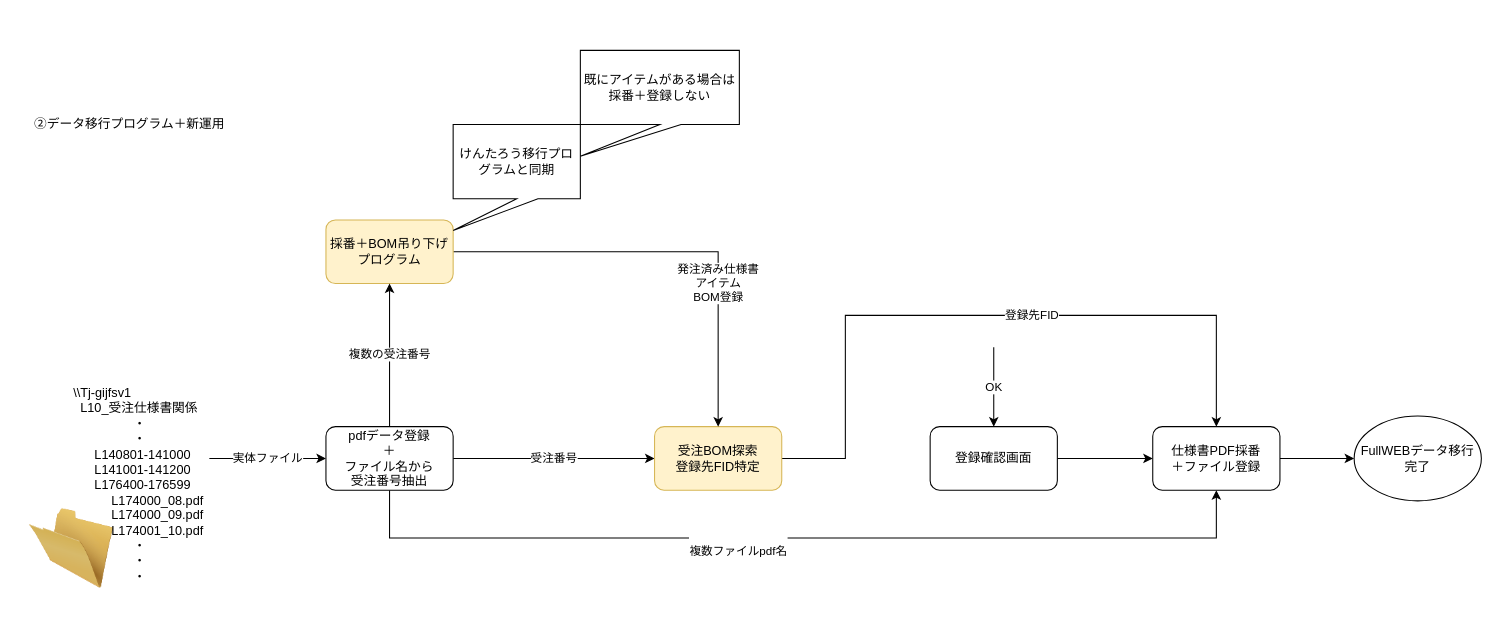
Before: 発注済み仕様書取り込みシステムフロー.drawio in sakag-120/systemflow, a draw.io diagram. Source tidied: cells renumbered, new cells numbered last; positions are measured from the earlier drawing's top-left corner, leaving out a move shared by most shapes. Both pictures are drawn from the tidied source at 106%, with x=0, y=0 at pixel (18, 50).
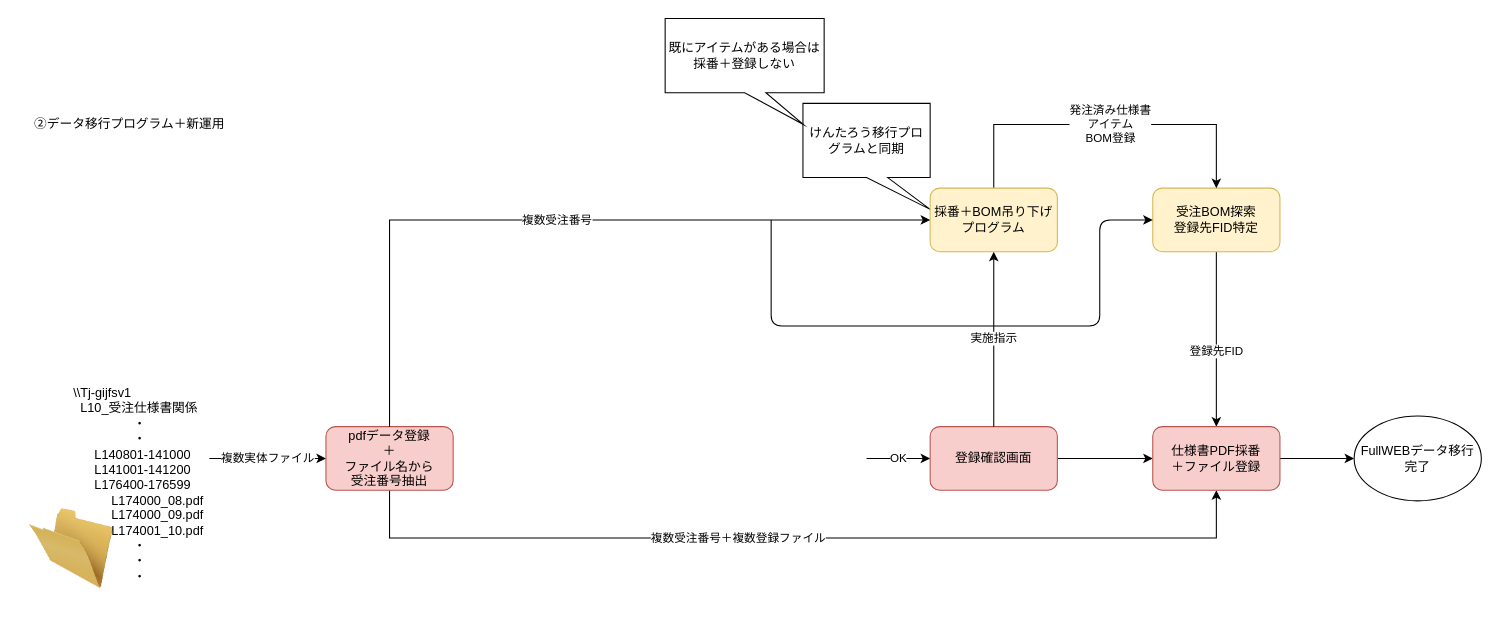
The same page after the edit.

Commit message:
発注済み仕様書取り込みシステムフロー.drawio を更新します

Unchanged cells that the change refers to:
```xml
<mxCell id="7" value="\\Tj-gijfsv1&lt;br&gt;&amp;nbsp; L10_受注仕様書関係&lt;br&gt;&amp;nbsp; &amp;nbsp; &amp;nbsp; &amp;nbsp; &amp;nbsp; &amp;nbsp; &amp;nbsp; &amp;nbsp; &amp;nbsp;・&lt;br&gt;&amp;nbsp; &amp;nbsp; &amp;nbsp; &amp;nbsp; &amp;nbsp; &amp;nbsp; &amp;nbsp; &amp;nbsp; &amp;nbsp;・&lt;br&gt;&amp;nbsp; &amp;nbsp; &amp;nbsp; L140801-141000&lt;br&gt;&amp;nbsp; &amp;nbsp; &amp;nbsp; L141001-141200&lt;br&gt;&amp;nbsp; &amp;nbsp; &amp;nbsp; L176400-176599&lt;br&gt;　　　L174000_08.pdf&lt;br&gt;　　　L174000_09.pdf&lt;br&gt;　　　L174001_10.pdf&lt;br&gt;&amp;nbsp; &amp;nbsp; &amp;nbsp; &amp;nbsp; &amp;nbsp; &amp;nbsp; &amp;nbsp; &amp;nbsp; &amp;nbsp;・&lt;br&gt;&amp;nbsp; &amp;nbsp; &amp;nbsp; &amp;nbsp; &amp;nbsp; &amp;nbsp; &amp;nbsp; &amp;nbsp; &amp;nbsp;・&lt;br&gt;&amp;nbsp; &amp;nbsp; &amp;nbsp; &amp;nbsp; &amp;nbsp; &amp;nbsp; &amp;nbsp; &amp;nbsp; &amp;nbsp;・&lt;br&gt;&amp;nbsp;" style="text;whiteSpace=wrap;html=1;" parent="1" vertex="1">
  <mxGeometry x="50" y="310" width="130" height="150" as="geometry" />
</mxCell>
```

What changed in the source:
```diff
@@
-    <mxCell id="2" value="受注番号" style="edgeStyle=orthogonalEdgeStyle;rounded=0;jettySize=auto;html=1;entryX=0;entryY=0.5;entryDx=0;entryDy=0;" parent="1" edge="1" source="4" target="10">
-      <mxGeometry relative="1" as="geometry" />
-    </mxCell>
-    <mxCell id="3" value="&lt;br&gt;&lt;br&gt;&lt;span style=&quot;color: rgb(0 , 0 , 0) ; font-family: &amp;#34;helvetica&amp;#34; ; font-size: 11px ; font-style: normal ; font-weight: 400 ; letter-spacing: normal ; text-align: center ; text-indent: 0px ; text-transform: none ; word-spacing: 0px ; background-color: rgb(255 , 255 , 255) ; display: inline ; float: none&quot;&gt;複数ファイルpdf名&lt;/span&gt;" style="edgeStyle=orthogonalEdgeStyle;rounded=0;jettySize=auto;html=1;entryX=0.5;entryY=1;entryDx=0;entryDy=0;" parent="1" edge="1" source="4" target="21">
+    <mxCell id="3" value="複数受注番号＋複数登録ファイル" style="edgeStyle=orthogonalEdgeStyle;rounded=0;jettySize=auto;html=1;entryX=0.5;entryY=1;entryDx=0;entryDy=0;" parent="1" edge="1" source="4" target="21">
       <mxGeometry x="-0.14" relative="1" as="geometry">
         <Array as="points">
           <mxPoint x="350" y="460" />
           <mxPoint x="1130" y="460" />
         </Array>
       </mxGeometry>
     </mxCell>
-    <mxCell id="4" value="pdfデータ登録&lt;br&gt;＋&lt;br&gt;ファイル名から&lt;br&gt;受注番号抽出" style="rounded=1;whiteSpace=wrap;html=1;" parent="1" vertex="1">
+    <mxCell id="4" value="pdfデータ登録&lt;br&gt;＋&lt;br&gt;ファイル名から&lt;br&gt;受注番号抽出" style="rounded=1;whiteSpace=wrap;html=1;fillColor=#f8cecc;strokeColor=#b85450;" parent="1" vertex="1">
       <mxGeometry x="290" y="355" width="120" height="60" as="geometry" />
     </mxCell>
@@
-    <mxCell id="6" value="実体ファイル" style="edgeStyle=orthogonalEdgeStyle;rounded=0;jettySize=auto;html=1;entryX=0;entryY=0.5;entryDx=0;entryDy=0;" parent="1" edge="1" source="7" target="4">
+    <mxCell id="6" value="複数実体ファイル" style="edgeStyle=orthogonalEdgeStyle;rounded=0;jettySize=auto;html=1;entryX=0;entryY=0.5;entryDx=0;entryDy=0;" parent="1" edge="1" source="7" target="4">
       <mxGeometry relative="1" as="geometry" />
     </mxCell>
@@
     <mxCell id="9" value="登録先FID" style="edgeStyle=orthogonalEdgeStyle;rounded=0;jettySize=auto;html=1;entryX=0.5;entryY=0;entryDx=0;entryDy=0;" parent="1" edge="1" source="10" target="21">
       <mxGeometry x="0.14" relative="1" as="geometry">
         <Array as="points">
-          <mxPoint x="780" y="385" />
-          <mxPoint x="780" y="250" />
-          <mxPoint x="1130" y="250" />
+          <mxPoint x="1130" y="260" />
+          <mxPoint x="1130" y="260" />
         </Array>
       </mxGeometry>
     </mxCell>
     <mxCell id="10" value="受注BOM探索&lt;br&gt;登録先FID特定" style="rounded=1;whiteSpace=wrap;html=1;fillColor=#fff2cc;strokeColor=#d6b656;" parent="1" vertex="1">
-      <mxGeometry x="600" y="355" width="120" height="60" as="geometry" />
+      <mxGeometry x="1070" y="130" width="120" height="60" as="geometry" />
     </mxCell>
@@
-    <mxCell id="13" value="登録確認画面" style="rounded=1;whiteSpace=wrap;html=1;" parent="1" vertex="1">
+    <mxCell id="13" value="登録確認画面" style="rounded=1;whiteSpace=wrap;html=1;fillColor=#f8cecc;strokeColor=#b85450;" parent="1" vertex="1">
       <mxGeometry x="860" y="355" width="120" height="60" as="geometry" />
     </mxCell>
-    <mxCell id="14" value="発注済み仕様書&lt;br&gt;アイテム&lt;br&gt;BOM登録" style="edgeStyle=orthogonalEdgeStyle;rounded=0;jettySize=auto;html=1;entryX=0.5;entryY=0;entryDx=0;entryDy=0;" parent="1" edge="1" source="15" target="10">
-      <mxGeometry x="0.35" relative="1" as="geometry" />
+    <mxCell id="14" value="発注済み仕様書&lt;br&gt;アイテム&lt;br&gt;BOM登録" style="edgeStyle=orthogonalEdgeStyle;rounded=0;jettySize=auto;html=1;entryX=0.5;entryY=0;entryDx=0;entryDy=0;exitX=0.5;exitY=0;exitDx=0;exitDy=0;" parent="1" edge="1" source="15" target="10">
+      <mxGeometry x="0.03" relative="1" as="geometry">
+        <Array as="points">
+          <mxPoint x="920" y="70" />
+          <mxPoint x="1130" y="70" />
+        </Array>
+      </mxGeometry>
     </mxCell>
-    <mxCell id="15" value="採番＋BOM吊り下げプログラム" style="rounded=1;whiteSpace=wrap;html=1;fillColor=#fff2cc;strokeColor=#d6b656;" parent="1" vertex="1">
-      <mxGeometry x="290" y="160" width="120" height="60" as="geometry" />
-    </mxCell>
-    <mxCell id="16" value="複数の受注番号" style="endArrow=classic;html=1;entryX=0.5;entryY=1;entryDx=0;entryDy=0;exitX=0.5;exitY=0;exitDx=0;exitDy=0;" parent="1" edge="1" source="4" target="15">
+    <mxCell id="16" value="実施指示" style="endArrow=classic;html=1;entryX=0.5;entryY=1;entryDx=0;entryDy=0;exitX=0.5;exitY=0;exitDx=0;exitDy=0;" parent="1" edge="1" source="13" target="15">
       <mxGeometry relative="1" as="geometry" />
     </mxCell>
-    <mxCell id="17" value="けんたろう移行プログラムと同期&lt;br&gt;" style="shape=callout;whiteSpace=wrap;html=1;perimeter=calloutPerimeter;position2=0;" parent="1" vertex="1">
-      <mxGeometry x="410" y="70" width="120" height="100" as="geometry" />
+    <mxCell id="17" value="けんたろう移行プログラムと同期&lt;br&gt;" style="shape=callout;whiteSpace=wrap;html=1;perimeter=calloutPerimeter;position2=1;" parent="1" vertex="1">
+      <mxGeometry x="740" y="50" width="120" height="100" as="geometry" />
     </mxCell>
@@
-    <mxCell id="19" value="既にアイテムがある場合は採番＋登録しない" style="shape=callout;whiteSpace=wrap;html=1;perimeter=calloutPerimeter;position2=0;" parent="1" vertex="1">
-      <mxGeometry x="530" width="150" height="100" as="geometry" />
+    <mxCell id="19" value="既にアイテムがある場合は採番＋登録しない" style="shape=callout;whiteSpace=wrap;html=1;perimeter=calloutPerimeter;position2=0.87;" parent="1" vertex="1">
+      <mxGeometry x="610" y="-30" width="150" height="100" as="geometry" />
     </mxCell>
-    <mxCell id="20" value="OK" style="endArrow=classic;html=1;entryX=0.5;entryY=0;entryDx=0;entryDy=0;" parent="1" edge="1" target="13">
+    <mxCell id="20" value="OK" style="endArrow=classic;html=1;entryX=0;entryY=0.5;entryDx=0;entryDy=0;" parent="1" edge="1" target="13">
       <mxGeometry relative="1" as="geometry">
-        <mxPoint x="920" y="280" as="sourcePoint" />
+        <mxPoint x="800" y="385" as="sourcePoint" />
       </mxGeometry>
     </mxCell>
-    <mxCell id="21" value="仕様書PDF採番&lt;br&gt;＋ファイル登録" style="rounded=1;whiteSpace=wrap;html=1;" parent="1" vertex="1">
+    <mxCell id="21" value="仕様書PDF採番&lt;br&gt;＋ファイル登録" style="rounded=1;whiteSpace=wrap;html=1;fillColor=#f8cecc;strokeColor=#b85450;" parent="1" vertex="1">
       <mxGeometry x="1070" y="355" width="120" height="60" as="geometry" />
     </mxCell>
+    <mxCell id="15" value="採番＋BOM吊り下げプログラム" style="rounded=1;whiteSpace=wrap;html=1;fillColor=#fff2cc;strokeColor=#d6b656;" parent="1" vertex="1">
+      <mxGeometry x="860" y="130" width="120" height="60" as="geometry" />
+    </mxCell>
+    <mxCell id="22" value="複数受注番号" style="edgeStyle=orthogonalEdgeStyle;rounded=0;jettySize=auto;html=1;entryX=0;entryY=0.5;entryDx=0;entryDy=0;" parent="1" edge="1" source="4" target="15">
+      <mxGeometry relative="1" as="geometry">
+        <Array as="points">
+          <mxPoint x="350" y="160" />
+        </Array>
+      </mxGeometry>
+    </mxCell>
+    <mxCell id="23" style="endArrow=classic;html=1;entryX=0;entryY=0.5;entryDx=0;entryDy=0;" parent="1" edge="1" target="10">
+      <mxGeometry relative="1" as="geometry">
+        <mxPoint x="710" y="160" as="sourcePoint" />
+        <Array as="points">
+          <mxPoint x="710" y="260" />
+          <mxPoint x="860" y="260" />
+          <mxPoint x="1020" y="260" />
+          <mxPoint x="1020" y="160" />
+        </Array>
+      </mxGeometry>
+    </mxCell>
```
